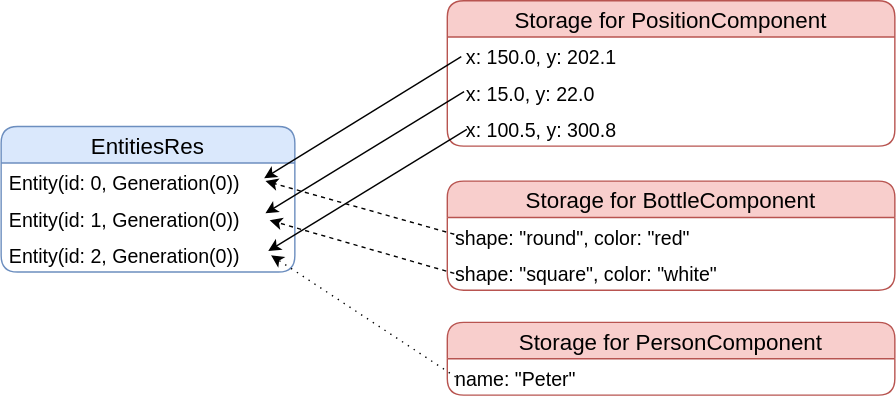
The draw.io diagram book/src/images/concepts/component_and_entity.svg in amethyst/amethyst, before a commit. Source tidied: cells renumbered, new cells last; positions are measured from the earlier drawing's top-left corner, leaving out a move shared by most shapes. Source of this version:
```xml
<mxGraphModel background="#ffffff">
  <root>
    <mxCell id="0" />
    <mxCell id="1" parent="0" />
    <mxCell id="2" value="EntitiesRes" style="swimlane;fontStyle=0;horizontal=1;startSize=26;fillColor=#dae8fc;swimlaneFillColor=#ffffff;align=center;fontSize=16;rounded=1;strokeColor=#6c8ebf;" parent="1" vertex="1">
      <mxGeometry y="90" width="210" height="104" as="geometry" />
    </mxCell>
    <mxCell id="3" value="Entity(id: 0, Generation(0))" style="text;strokeColor=none;fillColor=none;spacingLeft=4;spacingRight=4;overflow=hidden;points=[[0,0.5],[1,0.5]];portConstraint=eastwest;fontSize=14;" parent="2" vertex="1">
      <mxGeometry y="26" width="210" height="26" as="geometry" />
    </mxCell>
    <mxCell id="4" value="Entity(id: 1, Generation(0))" style="text;strokeColor=none;fillColor=none;spacingLeft=4;spacingRight=4;overflow=hidden;fontSize=14;" parent="2" vertex="1">
      <mxGeometry y="52" width="210" height="26" as="geometry" />
    </mxCell>
    <mxCell id="5" value="Entity(id: 2, Generation(0))" style="text;strokeColor=none;fillColor=none;spacingLeft=4;spacingRight=4;overflow=hidden;fontSize=14;" parent="2" vertex="1">
      <mxGeometry y="78" width="210" height="26" as="geometry" />
    </mxCell>
    <mxCell id="6" value="Storage for PositionComponent" style="swimlane;fontStyle=0;horizontal=1;startSize=26;fillColor=#f8cecc;swimlaneFillColor=#ffffff;align=center;fontSize=16;rounded=1;strokeColor=#b85450;" parent="1" vertex="1">
      <mxGeometry x="319" width="320" height="104" as="geometry" />
    </mxCell>
    <mxCell id="7" value="  x: 150.0, y: 202.1" style="text;strokeColor=none;fillColor=none;spacingLeft=4;spacingRight=4;overflow=hidden;points=[[0,0.5],[1,0.5]];portConstraint=eastwest;fontSize=14;" parent="6" vertex="1">
      <mxGeometry y="26" width="320" height="26" as="geometry" />
    </mxCell>
    <mxCell id="8" value="  x: 15.0, y: 22.0" style="text;strokeColor=none;fillColor=none;spacingLeft=4;spacingRight=4;overflow=hidden;fontSize=14;" parent="6" vertex="1">
      <mxGeometry y="52" width="320" height="26" as="geometry" />
    </mxCell>
    <mxCell id="9" value="  x: 100.5, y: 300.8" style="text;strokeColor=none;fillColor=none;spacingLeft=4;spacingRight=4;overflow=hidden;fontSize=14;" parent="6" vertex="1">
      <mxGeometry y="78" width="320" height="26" as="geometry" />
    </mxCell>
    <mxCell id="10" value="Storage for BottleComponent" style="swimlane;fontStyle=0;horizontal=1;startSize=26;fillColor=#f8cecc;swimlaneFillColor=#ffffff;align=center;fontSize=16;rounded=1;strokeColor=#b85450;" parent="1" vertex="1">
      <mxGeometry x="319" y="129" width="320" height="78" as="geometry" />
    </mxCell>
    <mxCell id="11" value="shape: &quot;round&quot;, color: &quot;red&quot;" style="text;strokeColor=none;fillColor=none;spacingLeft=4;spacingRight=4;overflow=hidden;points=[[0,0.5],[1,0.5]];portConstraint=eastwest;fontSize=14;" parent="10" vertex="1">
      <mxGeometry y="26" width="320" height="26" as="geometry" />
    </mxCell>
    <mxCell id="12" value="shape: &quot;square&quot;, color: &quot;white&quot;" style="text;strokeColor=none;fillColor=none;spacingLeft=4;spacingRight=4;overflow=hidden;fontSize=14;" parent="10" vertex="1">
      <mxGeometry y="52" width="320" height="26" as="geometry" />
    </mxCell>
    <mxCell id="13" value="Storage for PersonComponent" style="swimlane;fontStyle=0;horizontal=1;startSize=26;fillColor=#f8cecc;swimlaneFillColor=#ffffff;align=center;fontSize=16;rounded=1;strokeColor=#b85450;" parent="1" vertex="1">
      <mxGeometry x="319" y="230" width="320" height="52" as="geometry" />
    </mxCell>
    <mxCell id="14" value="name: &quot;Peter&quot;" style="text;strokeColor=none;fillColor=none;spacingLeft=4;spacingRight=4;overflow=hidden;points=[[0,0.5],[1,0.5]];portConstraint=eastwest;fontSize=14;" parent="13" vertex="1">
      <mxGeometry y="26" width="320" height="26" as="geometry" />
    </mxCell>
    <mxCell id="15" style="endArrow=classic;html=1;fontSize=14;exitX=0.031;exitY=0.538;exitPerimeter=0;entryX=0.895;entryY=0.423;entryPerimeter=0;" parent="1" edge="1" source="7" target="3">
      <mxGeometry relative="1" as="geometry" />
    </mxCell>
    <mxCell id="16" style="endArrow=classic;html=1;fontSize=14;exitX=0.031;exitY=0.538;exitPerimeter=0;entryX=0.895;entryY=0.423;entryPerimeter=0;" parent="1" edge="1">
      <mxGeometry relative="1" as="geometry">
        <mxPoint x="331" y="65" as="sourcePoint" />
        <mxPoint x="189" y="152" as="targetPoint" />
      </mxGeometry>
    </mxCell>
    <mxCell id="17" style="endArrow=classic;html=1;fontSize=14;exitX=0.031;exitY=0.538;exitPerimeter=0;entryX=0.895;entryY=0.423;entryPerimeter=0;" parent="1" edge="1">
      <mxGeometry relative="1" as="geometry">
        <mxPoint x="333" y="92" as="sourcePoint" />
        <mxPoint x="191" y="179" as="targetPoint" />
      </mxGeometry>
    </mxCell>
    <mxCell id="18" style="endArrow=classic;html=1;fontSize=14;dashed=1;exitX=0.016;exitY=0.462;exitPerimeter=0;" parent="1" edge="1" source="11">
      <mxGeometry relative="1" as="geometry">
        <mxPoint x="189" y="129" as="targetPoint" />
      </mxGeometry>
    </mxCell>
    <mxCell id="19" style="endArrow=classic;html=1;fontSize=14;dashed=1;entryX=0.929;entryY=0.654;entryPerimeter=0;" parent="1" edge="1">
      <mxGeometry relative="1" as="geometry">
        <mxPoint x="324" y="195" as="sourcePoint" />
        <mxPoint x="192" y="157" as="targetPoint" />
      </mxGeometry>
    </mxCell>
    <mxCell id="20" style="endArrow=classic;html=1;dashed=1;fontSize=14;dashPattern=1 4;exitX=0.019;exitY=0.5;exitPerimeter=0;" parent="1" edge="1" source="14">
      <mxGeometry relative="1" as="geometry">
        <mxPoint x="193" y="182" as="targetPoint" />
      </mxGeometry>
    </mxCell>
  </root>
</mxGraphModel>
```
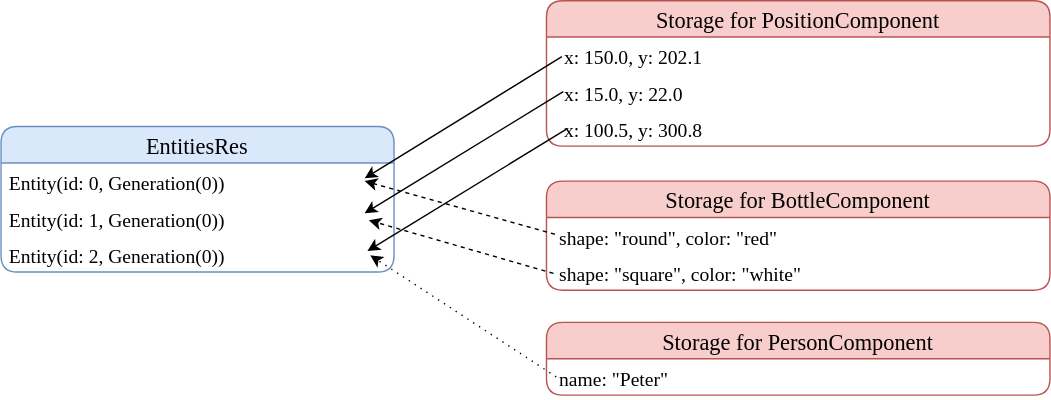
The same file after the commit.

The edit, as a diff of the source:
```diff
@@ -2,72 +2,74 @@
   <root>
     <mxCell id="0" />
     <mxCell id="1" parent="0" />
-    <mxCell id="2" value="EntitiesRes" style="swimlane;fontStyle=0;horizontal=1;startSize=26;fillColor=#dae8fc;swimlaneFillColor=#ffffff;align=center;fontSize=16;rounded=1;strokeColor=#6c8ebf;" parent="1" vertex="1">
-      <mxGeometry y="90" width="210" height="104" as="geometry" />
+    <mxCell id="2" value="EntitiesRes" style="swimlane;fontStyle=0;horizontal=1;startSize=26;fillColor=#dae8fc;swimlaneFillColor=#ffffff;align=center;fontSize=16;rounded=1;strokeColor=#6c8ebf;fontFamily=Lucida Console;" parent="1" vertex="1">
+      <mxGeometry x="-71" y="90" width="281" height="104" as="geometry" />
     </mxCell>
-    <mxCell id="3" value="Entity(id: 0, Generation(0))" style="text;strokeColor=none;fillColor=none;spacingLeft=4;spacingRight=4;overflow=hidden;points=[[0,0.5],[1,0.5]];portConstraint=eastwest;fontSize=14;" parent="2" vertex="1">
-      <mxGeometry y="26" width="210" height="26" as="geometry" />
+    <mxCell id="3" value="Entity(id: 0, Generation(0))" style="text;strokeColor=none;fillColor=none;spacingLeft=4;spacingRight=4;overflow=hidden;points=[[0,0.5],[1,0.5]];portConstraint=eastwest;fontSize=14;fontFamily=Lucida Console;labelBackgroundColor=none;labelBorderColor=none;" parent="2" vertex="1">
+      <mxGeometry y="26" width="281" height="26" as="geometry" />
     </mxCell>
-    <mxCell id="4" value="Entity(id: 1, Generation(0))" style="text;strokeColor=none;fillColor=none;spacingLeft=4;spacingRight=4;overflow=hidden;fontSize=14;" parent="2" vertex="1">
-      <mxGeometry y="52" width="210" height="26" as="geometry" />
+    <mxCell id="4" value="Entity(id: 1, Generation(0))" style="text;strokeColor=none;fillColor=none;spacingLeft=4;spacingRight=4;overflow=hidden;fontSize=14;fontFamily=Lucida Console;labelBorderColor=none;" parent="2" vertex="1">
+      <mxGeometry y="52" width="281" height="26" as="geometry" />
     </mxCell>
-    <mxCell id="5" value="Entity(id: 2, Generation(0))" style="text;strokeColor=none;fillColor=none;spacingLeft=4;spacingRight=4;overflow=hidden;fontSize=14;" parent="2" vertex="1">
-      <mxGeometry y="78" width="210" height="26" as="geometry" />
+    <mxCell id="5" value="Entity(id: 2, Generation(0))" style="text;strokeColor=none;fillColor=none;spacingLeft=4;spacingRight=4;overflow=hidden;fontSize=14;fontFamily=Lucida Console;" parent="2" vertex="1">
+      <mxGeometry y="78" width="281" height="26" as="geometry" />
     </mxCell>
-    <mxCell id="6" value="Storage for PositionComponent" style="swimlane;fontStyle=0;horizontal=1;startSize=26;fillColor=#f8cecc;swimlaneFillColor=#ffffff;align=center;fontSize=16;rounded=1;strokeColor=#b85450;" parent="1" vertex="1">
-      <mxGeometry x="319" width="320" height="104" as="geometry" />
+    <mxCell id="6" value="Storage for PositionComponent" style="swimlane;fontStyle=0;horizontal=1;startSize=26;fillColor=#f8cecc;swimlaneFillColor=#ffffff;align=center;fontSize=16;rounded=1;strokeColor=#b85450;fontFamily=Lucida Console;" parent="1" vertex="1">
+      <mxGeometry x="319" width="360" height="104" as="geometry" />
     </mxCell>
-    <mxCell id="7" value="  x: 150.0, y: 202.1" style="text;strokeColor=none;fillColor=none;spacingLeft=4;spacingRight=4;overflow=hidden;points=[[0,0.5],[1,0.5]];portConstraint=eastwest;fontSize=14;" parent="6" vertex="1">
-      <mxGeometry y="26" width="320" height="26" as="geometry" />
+    <mxCell id="7" value="  x: 150.0, y: 202.1" style="text;strokeColor=none;fillColor=none;spacingLeft=4;spacingRight=4;overflow=hidden;points=[[0,0.5],[1,0.5]];portConstraint=eastwest;fontSize=14;fontFamily=Lucida Console;" parent="6" vertex="1">
+      <mxGeometry y="26" width="360" height="26" as="geometry" />
     </mxCell>
-    <mxCell id="8" value="  x: 15.0, y: 22.0" style="text;strokeColor=none;fillColor=none;spacingLeft=4;spacingRight=4;overflow=hidden;fontSize=14;" parent="6" vertex="1">
-      <mxGeometry y="52" width="320" height="26" as="geometry" />
+    <mxCell id="8" value="  x: 15.0, y: 22.0" style="text;strokeColor=none;fillColor=none;spacingLeft=4;spacingRight=4;overflow=hidden;fontSize=14;fontFamily=Lucida Console;" parent="6" vertex="1">
+      <mxGeometry y="52" width="360" height="26" as="geometry" />
     </mxCell>
-    <mxCell id="9" value="  x: 100.5, y: 300.8" style="text;strokeColor=none;fillColor=none;spacingLeft=4;spacingRight=4;overflow=hidden;fontSize=14;" parent="6" vertex="1">
-      <mxGeometry y="78" width="320" height="26" as="geometry" />
+    <mxCell id="9" value="  x: 100.5, y: 300.8" style="text;strokeColor=none;fillColor=none;spacingLeft=4;spacingRight=4;overflow=hidden;fontSize=14;fontFamily=Lucida Console;" parent="6" vertex="1">
+      <mxGeometry y="78" width="360" height="26" as="geometry" />
     </mxCell>
-    <mxCell id="10" value="Storage for BottleComponent" style="swimlane;fontStyle=0;horizontal=1;startSize=26;fillColor=#f8cecc;swimlaneFillColor=#ffffff;align=center;fontSize=16;rounded=1;strokeColor=#b85450;" parent="1" vertex="1">
-      <mxGeometry x="319" y="129" width="320" height="78" as="geometry" />
+    <mxCell id="10" value="Storage for BottleComponent" style="swimlane;fontStyle=0;horizontal=1;startSize=26;fillColor=#f8cecc;swimlaneFillColor=#ffffff;align=center;fontSize=16;rounded=1;strokeColor=#b85450;fontFamily=Lucida Console;" parent="1" vertex="1">
+      <mxGeometry x="319" y="129" width="360" height="78" as="geometry" />
     </mxCell>
-    <mxCell id="11" value="shape: &quot;round&quot;, color: &quot;red&quot;" style="text;strokeColor=none;fillColor=none;spacingLeft=4;spacingRight=4;overflow=hidden;points=[[0,0.5],[1,0.5]];portConstraint=eastwest;fontSize=14;" parent="10" vertex="1">
-      <mxGeometry y="26" width="320" height="26" as="geometry" />
+    <mxCell id="11" value=" shape: &quot;round&quot;, color: &quot;red&quot;" style="text;strokeColor=none;fillColor=none;spacingLeft=4;spacingRight=4;overflow=hidden;points=[[0,0.5],[1,0.5]];portConstraint=eastwest;fontSize=14;fontFamily=Lucida Console;" parent="10" vertex="1">
+      <mxGeometry y="26" width="360" height="26" as="geometry" />
     </mxCell>
-    <mxCell id="12" value="shape: &quot;square&quot;, color: &quot;white&quot;" style="text;strokeColor=none;fillColor=none;spacingLeft=4;spacingRight=4;overflow=hidden;fontSize=14;" parent="10" vertex="1">
-      <mxGeometry y="52" width="320" height="26" as="geometry" />
+    <mxCell id="12" value=" shape: &quot;square&quot;, color: &quot;white&quot;" style="text;strokeColor=none;fillColor=none;spacingLeft=4;spacingRight=4;overflow=hidden;fontSize=14;fontFamily=Lucida Console;" parent="10" vertex="1">
+      <mxGeometry y="52" width="360" height="26" as="geometry" />
     </mxCell>
-    <mxCell id="13" value="Storage for PersonComponent" style="swimlane;fontStyle=0;horizontal=1;startSize=26;fillColor=#f8cecc;swimlaneFillColor=#ffffff;align=center;fontSize=16;rounded=1;strokeColor=#b85450;" parent="1" vertex="1">
-      <mxGeometry x="319" y="230" width="320" height="52" as="geometry" />
+    <mxCell id="13" value="Storage for PersonComponent" style="swimlane;fontStyle=0;horizontal=1;startSize=26;fillColor=#f8cecc;swimlaneFillColor=#ffffff;align=center;fontSize=16;rounded=1;strokeColor=#b85450;fontFamily=Lucida Console;" parent="1" vertex="1">
+      <mxGeometry x="319" y="230" width="360" height="52" as="geometry" />
     </mxCell>
-    <mxCell id="14" value="name: &quot;Peter&quot;" style="text;strokeColor=none;fillColor=none;spacingLeft=4;spacingRight=4;overflow=hidden;points=[[0,0.5],[1,0.5]];portConstraint=eastwest;fontSize=14;" parent="13" vertex="1">
-      <mxGeometry y="26" width="320" height="26" as="geometry" />
+    <mxCell id="14" value=" name: &quot;Peter&quot;" style="text;strokeColor=none;fillColor=none;spacingLeft=4;spacingRight=4;overflow=hidden;points=[[0,0.5],[1,0.5]];portConstraint=eastwest;fontSize=14;fontFamily=Lucida Console;" parent="13" vertex="1">
+      <mxGeometry y="26" width="360" height="26" as="geometry" />
     </mxCell>
-    <mxCell id="15" style="endArrow=classic;html=1;fontSize=14;exitX=0.031;exitY=0.538;exitPerimeter=0;entryX=0.895;entryY=0.423;entryPerimeter=0;" parent="1" edge="1" source="7" target="3">
-      <mxGeometry relative="1" as="geometry" />
+    <mxCell id="15" style="endArrow=classic;html=1;fontSize=14;exitX=0.031;exitY=0.538;exitPerimeter=0;fontFamily=Lucida Console;" parent="1" edge="1" source="7">
+      <mxGeometry relative="1" as="geometry">
+        <mxPoint x="189" y="127" as="targetPoint" />
+      </mxGeometry>
     </mxCell>
-    <mxCell id="16" style="endArrow=classic;html=1;fontSize=14;exitX=0.031;exitY=0.538;exitPerimeter=0;entryX=0.895;entryY=0.423;entryPerimeter=0;" parent="1" edge="1">
+    <mxCell id="16" style="endArrow=classic;html=1;fontSize=14;exitX=0.031;exitY=0.538;exitPerimeter=0;entryX=0.895;entryY=0.423;entryPerimeter=0;fontFamily=Lucida Console;" parent="1" edge="1">
       <mxGeometry relative="1" as="geometry">
         <mxPoint x="331" y="65" as="sourcePoint" />
         <mxPoint x="189" y="152" as="targetPoint" />
       </mxGeometry>
     </mxCell>
-    <mxCell id="17" style="endArrow=classic;html=1;fontSize=14;exitX=0.031;exitY=0.538;exitPerimeter=0;entryX=0.895;entryY=0.423;entryPerimeter=0;" parent="1" edge="1">
+    <mxCell id="17" style="endArrow=classic;html=1;fontSize=14;exitX=0.031;exitY=0.538;exitPerimeter=0;entryX=0.895;entryY=0.423;entryPerimeter=0;fontFamily=Lucida Console;" parent="1" edge="1">
       <mxGeometry relative="1" as="geometry">
         <mxPoint x="333" y="92" as="sourcePoint" />
         <mxPoint x="191" y="179" as="targetPoint" />
       </mxGeometry>
     </mxCell>
-    <mxCell id="18" style="endArrow=classic;html=1;fontSize=14;dashed=1;exitX=0.016;exitY=0.462;exitPerimeter=0;" parent="1" edge="1" source="11">
+    <mxCell id="18" style="endArrow=classic;html=1;fontSize=14;dashed=1;exitX=0.016;exitY=0.462;exitPerimeter=0;fontFamily=Lucida Console;" parent="1" edge="1" source="11">
       <mxGeometry relative="1" as="geometry">
         <mxPoint x="189" y="129" as="targetPoint" />
       </mxGeometry>
     </mxCell>
-    <mxCell id="19" style="endArrow=classic;html=1;fontSize=14;dashed=1;entryX=0.929;entryY=0.654;entryPerimeter=0;" parent="1" edge="1">
+    <mxCell id="19" style="endArrow=classic;html=1;fontSize=14;dashed=1;entryX=0.929;entryY=0.654;entryPerimeter=0;fontFamily=Lucida Console;" parent="1" edge="1">
       <mxGeometry relative="1" as="geometry">
         <mxPoint x="324" y="195" as="sourcePoint" />
         <mxPoint x="192" y="157" as="targetPoint" />
       </mxGeometry>
     </mxCell>
-    <mxCell id="20" style="endArrow=classic;html=1;dashed=1;fontSize=14;dashPattern=1 4;exitX=0.019;exitY=0.5;exitPerimeter=0;" parent="1" edge="1" source="14">
+    <mxCell id="20" style="endArrow=classic;html=1;dashed=1;fontSize=14;dashPattern=1 4;exitX=0.019;exitY=0.5;exitPerimeter=0;fontFamily=Lucida Console;" parent="1" edge="1" source="14">
       <mxGeometry relative="1" as="geometry">
         <mxPoint x="193" y="182" as="targetPoint" />
       </mxGeometry>
```
